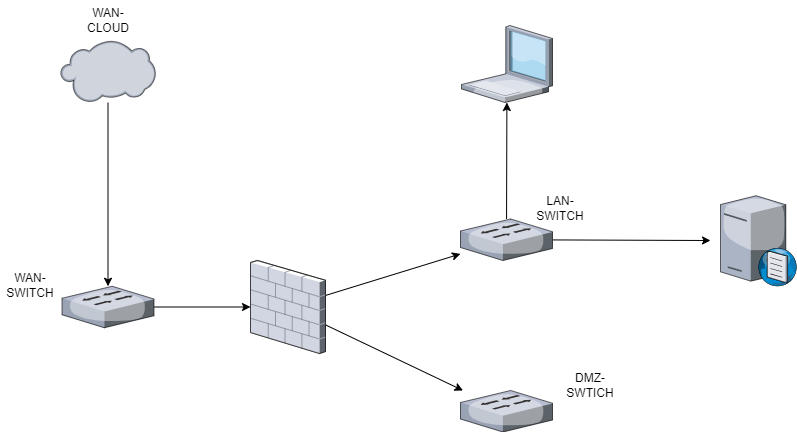
Earlier version of the draw.io export Untitled Diagram.drawio.png (Timespent94/NTT-lab). Source tidied: cells renumbered, new cells last; positions are measured from the earlier drawing's top-left corner, leaving out a move shared by most shapes. Source of this version:
```xml
<mxGraphModel>
  <root>
    <mxCell id="0" />
    <mxCell id="1" parent="0" />
    <mxCell id="2" style="edgeStyle=orthogonalEdgeStyle;rounded=0;jettySize=auto;html=1;" parent="1" edge="1" source="3" target="5">
      <mxGeometry relative="1" as="geometry" />
    </mxCell>
    <mxCell id="3" style="verticalLabelPosition=bottom;sketch=0;html=1;verticalAlign=top;strokeColor=none;align=center;outlineConnect=0;shape=mxgraph.citrix.cloud;" parent="1" vertex="1">
      <mxGeometry x="60" y="40" width="95" height="62" as="geometry" />
    </mxCell>
    <mxCell id="4" style="rounded=0;jettySize=auto;html=1;" parent="1" edge="1" source="5" target="8">
      <mxGeometry relative="1" as="geometry" />
    </mxCell>
    <mxCell id="5" style="verticalLabelPosition=bottom;sketch=0;html=1;verticalAlign=top;strokeColor=none;align=center;outlineConnect=0;shape=mxgraph.citrix.switch;" parent="1" vertex="1">
      <mxGeometry x="61.5" y="285.8" width="92" height="41.5" as="geometry" />
    </mxCell>
    <mxCell id="6" style="rounded=0;jettySize=auto;html=1;" parent="1" edge="1" source="8" target="11">
      <mxGeometry relative="1" as="geometry" />
    </mxCell>
    <mxCell id="7" style="rounded=0;jettySize=auto;html=1;" parent="1" edge="1" source="8" target="12">
      <mxGeometry relative="1" as="geometry" />
    </mxCell>
    <mxCell id="8" style="verticalLabelPosition=bottom;sketch=0;html=1;verticalAlign=top;strokeColor=none;align=center;outlineConnect=0;shape=mxgraph.citrix.firewall;" parent="1" vertex="1">
      <mxGeometry x="250" y="260" width="75" height="93" as="geometry" />
    </mxCell>
    <mxCell id="9" style="rounded=0;jettySize=auto;html=1;" parent="1" edge="1" source="11">
      <mxGeometry relative="1" as="geometry">
        <mxPoint x="710" y="240" as="targetPoint" />
      </mxGeometry>
    </mxCell>
    <mxCell id="10" style="rounded=0;jettySize=auto;html=1;" parent="1" edge="1" source="11" target="13">
      <mxGeometry relative="1" as="geometry" />
    </mxCell>
    <mxCell id="11" style="verticalLabelPosition=bottom;sketch=0;html=1;verticalAlign=top;strokeColor=none;align=center;outlineConnect=0;shape=mxgraph.citrix.switch;" parent="1" vertex="1">
      <mxGeometry x="460" y="218.5" width="92" height="41.5" as="geometry" />
    </mxCell>
    <mxCell id="12" style="verticalLabelPosition=bottom;sketch=0;html=1;verticalAlign=top;strokeColor=none;align=center;outlineConnect=0;shape=mxgraph.citrix.switch;" parent="1" vertex="1">
      <mxGeometry x="460" y="390" width="92" height="41.5" as="geometry" />
    </mxCell>
    <mxCell id="13" style="verticalLabelPosition=bottom;sketch=0;html=1;verticalAlign=top;strokeColor=none;align=center;outlineConnect=0;shape=mxgraph.citrix.laptop_1;" parent="1" vertex="1">
      <mxGeometry x="461" y="25" width="91" height="77" as="geometry" />
    </mxCell>
    <mxCell id="14" style="verticalLabelPosition=bottom;sketch=0;html=1;verticalAlign=top;strokeColor=none;align=center;shape=mxgraph.citrix.dns_server;" parent="1" vertex="1">
      <mxGeometry x="720" y="193" width="76.5" height="92.5" as="geometry" />
    </mxCell>
    <mxCell id="15" value="WAN-CLOUD" style="text;strokeColor=none;align=center;fillColor=none;html=1;verticalAlign=middle;whiteSpace=wrap;rounded=0;" parent="1" vertex="1">
      <mxGeometry x="77.5" width="60" height="40" as="geometry" />
    </mxCell>
    <mxCell id="16" value="WAN-SWITCH" style="text;strokeColor=none;align=center;fillColor=none;html=1;verticalAlign=middle;whiteSpace=wrap;rounded=0;" parent="1" vertex="1">
      <mxGeometry y="270" width="60" height="30" as="geometry" />
    </mxCell>
    <mxCell id="17" value="DMZ-SWTICH" style="text;strokeColor=none;align=center;fillColor=none;html=1;verticalAlign=middle;whiteSpace=wrap;rounded=0;" parent="1" vertex="1">
      <mxGeometry x="560" y="370" width="60" height="30" as="geometry" />
    </mxCell>
    <mxCell id="18" value="LAN-SWITCH" style="text;strokeColor=none;align=center;fillColor=none;html=1;verticalAlign=middle;whiteSpace=wrap;rounded=0;" parent="1" vertex="1">
      <mxGeometry x="530" y="193" width="60" height="30" as="geometry" />
    </mxCell>
  </root>
</mxGraphModel>
```
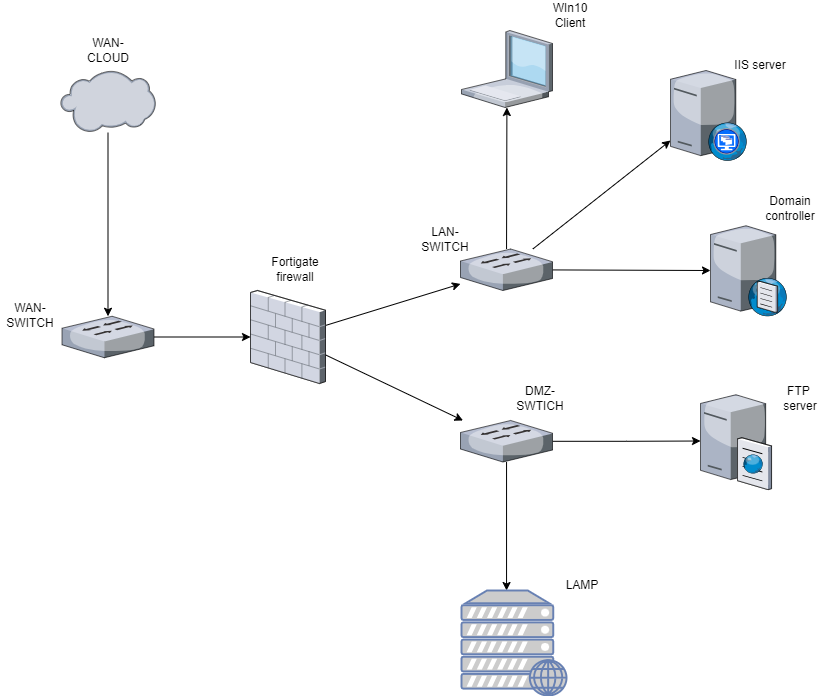
Later version of the same file.

Change to the diagram source:
```diff
@@ -34,14 +34,20 @@
     <mxCell id="11" style="verticalLabelPosition=bottom;sketch=0;html=1;verticalAlign=top;strokeColor=none;align=center;outlineConnect=0;shape=mxgraph.citrix.switch;" parent="1" vertex="1">
       <mxGeometry x="460" y="218.5" width="92" height="41.5" as="geometry" />
     </mxCell>
+    <mxCell id="19" style="edgeStyle=orthogonalEdgeStyle;rounded=0;jettySize=auto;html=1;entryX=0.429;entryY=0;entryDx=0;entryDy=0;entryPerimeter=0;" parent="1" edge="1" source="12" target="21">
+      <mxGeometry relative="1" as="geometry" />
+    </mxCell>
+    <mxCell id="20" style="edgeStyle=orthogonalEdgeStyle;rounded=0;jettySize=auto;html=1;" parent="1" edge="1" source="12" target="22">
+      <mxGeometry relative="1" as="geometry" />
+    </mxCell>
     <mxCell id="12" style="verticalLabelPosition=bottom;sketch=0;html=1;verticalAlign=top;strokeColor=none;align=center;outlineConnect=0;shape=mxgraph.citrix.switch;" parent="1" vertex="1">
       <mxGeometry x="460" y="390" width="92" height="41.5" as="geometry" />
     </mxCell>
     <mxCell id="13" style="verticalLabelPosition=bottom;sketch=0;html=1;verticalAlign=top;strokeColor=none;align=center;outlineConnect=0;shape=mxgraph.citrix.laptop_1;" parent="1" vertex="1">
-      <mxGeometry x="461" y="25" width="91" height="77" as="geometry" />
+      <mxGeometry x="461" width="91" height="77" as="geometry" />
     </mxCell>
     <mxCell id="14" style="verticalLabelPosition=bottom;sketch=0;html=1;verticalAlign=top;strokeColor=none;align=center;shape=mxgraph.citrix.dns_server;" parent="1" vertex="1">
-      <mxGeometry x="720" y="193" width="76.5" height="92.5" as="geometry" />
+      <mxGeometry x="710" y="193" width="76.5" height="92.5" as="geometry" />
     </mxCell>
     <mxCell id="15" value="WAN-CLOUD" style="text;strokeColor=none;align=center;fillColor=none;html=1;verticalAlign=middle;whiteSpace=wrap;rounded=0;" parent="1" vertex="1">
       <mxGeometry x="77.5" width="60" height="40" as="geometry" />
@@ -50,10 +56,42 @@
       <mxGeometry y="270" width="60" height="30" as="geometry" />
     </mxCell>
     <mxCell id="17" value="DMZ-SWTICH" style="text;strokeColor=none;align=center;fillColor=none;html=1;verticalAlign=middle;whiteSpace=wrap;rounded=0;" parent="1" vertex="1">
-      <mxGeometry x="560" y="370" width="60" height="30" as="geometry" />
+      <mxGeometry x="510" y="353" width="60" height="30" as="geometry" />
     </mxCell>
     <mxCell id="18" value="LAN-SWITCH" style="text;strokeColor=none;align=center;fillColor=none;html=1;verticalAlign=middle;whiteSpace=wrap;rounded=0;" parent="1" vertex="1">
-      <mxGeometry x="530" y="193" width="60" height="30" as="geometry" />
+      <mxGeometry x="415" y="194.2" width="60" height="30" as="geometry" />
     </mxCell>
+    <mxCell id="21" style="fontColor=#0066CC;verticalAlign=top;verticalLabelPosition=bottom;labelPosition=center;align=center;html=1;outlineConnect=0;fillColor=#CCCCCC;strokeColor=#6881B3;gradientColor=none;gradientDirection=north;strokeWidth=2;shape=mxgraph.networks.web_server;" parent="1" vertex="1">
+      <mxGeometry x="461" y="560" width="105" height="105" as="geometry" />
+    </mxCell>
+    <mxCell id="22" style="verticalLabelPosition=bottom;sketch=0;html=1;verticalAlign=top;strokeColor=none;align=center;outlineConnect=0;shape=mxgraph.citrix.ftp_server;" parent="1" vertex="1">
+      <mxGeometry x="700" y="362" width="71" height="97" as="geometry" />
+    </mxCell>
+    <mxCell id="23" value="LAMP" style="text;strokeColor=none;align=center;fillColor=none;html=1;verticalAlign=middle;whiteSpace=wrap;rounded=0;" parent="1" vertex="1">
+      <mxGeometry x="552" y="540" width="60" height="30" as="geometry" />
+    </mxCell>
+    <mxCell id="24" value="Fortigate&lt;br&gt;firewall" style="text;strokeColor=none;align=center;fillColor=none;html=1;verticalAlign=middle;whiteSpace=wrap;rounded=0;" parent="1" vertex="1">
+      <mxGeometry x="265" y="224.2" width="60" height="30" as="geometry" />
+    </mxCell>
+    <mxCell id="25" value="FTP&amp;nbsp;&lt;br&gt;server" style="text;strokeColor=none;align=center;fillColor=none;html=1;verticalAlign=middle;whiteSpace=wrap;rounded=0;" parent="1" vertex="1">
+      <mxGeometry x="770" y="353" width="60" height="30" as="geometry" />
+    </mxCell>
+    <mxCell id="26" style="rounded=0;jettySize=auto;html=1;" parent="1" edge="1" source="11">
+      <mxGeometry relative="1" as="geometry">
+        <mxPoint x="670" y="110" as="targetPoint" />
+      </mxGeometry>
+    </mxCell>
+    <mxCell id="27" style="verticalLabelPosition=bottom;sketch=0;html=1;verticalAlign=top;strokeColor=none;align=center;shape=mxgraph.citrix.desktop_web;" parent="1" vertex="1">
+      <mxGeometry x="670" y="40" width="76.5" height="90" as="geometry" />
+    </mxCell>
+    <mxCell id="28" value="IIS server" style="text;strokeColor=none;align=center;fillColor=none;html=1;verticalAlign=middle;whiteSpace=wrap;rounded=0;" parent="1" vertex="1">
+      <mxGeometry x="730" y="20" width="60" height="30" as="geometry" />
+    </mxCell>
+    <mxCell id="29" value="Domain controller" style="text;strokeColor=none;align=center;fillColor=none;html=1;verticalAlign=middle;whiteSpace=wrap;rounded=0;" parent="1" vertex="1">
+      <mxGeometry x="760" y="163" width="60" height="30" as="geometry" />
+    </mxCell>
+    <mxCell id="30" value="WIn10&lt;br&gt;Client" style="text;strokeColor=none;align=center;fillColor=none;html=1;verticalAlign=middle;whiteSpace=wrap;rounded=0;" parent="1" vertex="1">
+      <mxGeometry x="540" y="-30" width="60" height="30" as="geometry" />
+    </mxCell>
   </root>
 </mxGraphModel>
```
